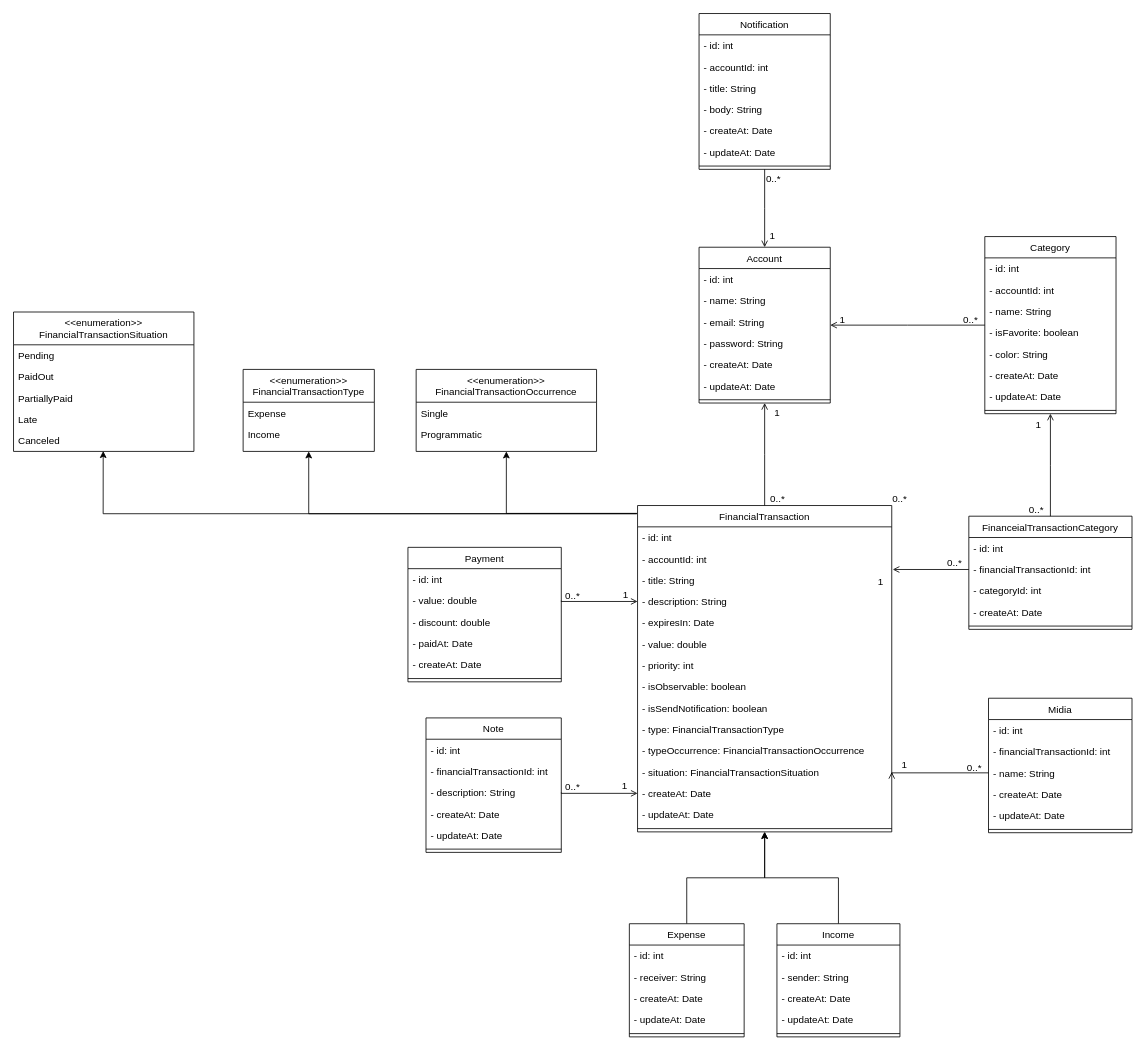
Above: docs/class.diagram.drawio in Danrley-Ruan-Saquetti/esliph-finance (draw.io), before the change. Source tidied: cells renumbered, new cells numbered last; positions are measured from the earlier drawing's top-left corner, leaving out a move shared by most shapes. Both pictures are drawn from the tidied source at 82%, with x=0, y=0 at pixel (13, 13).
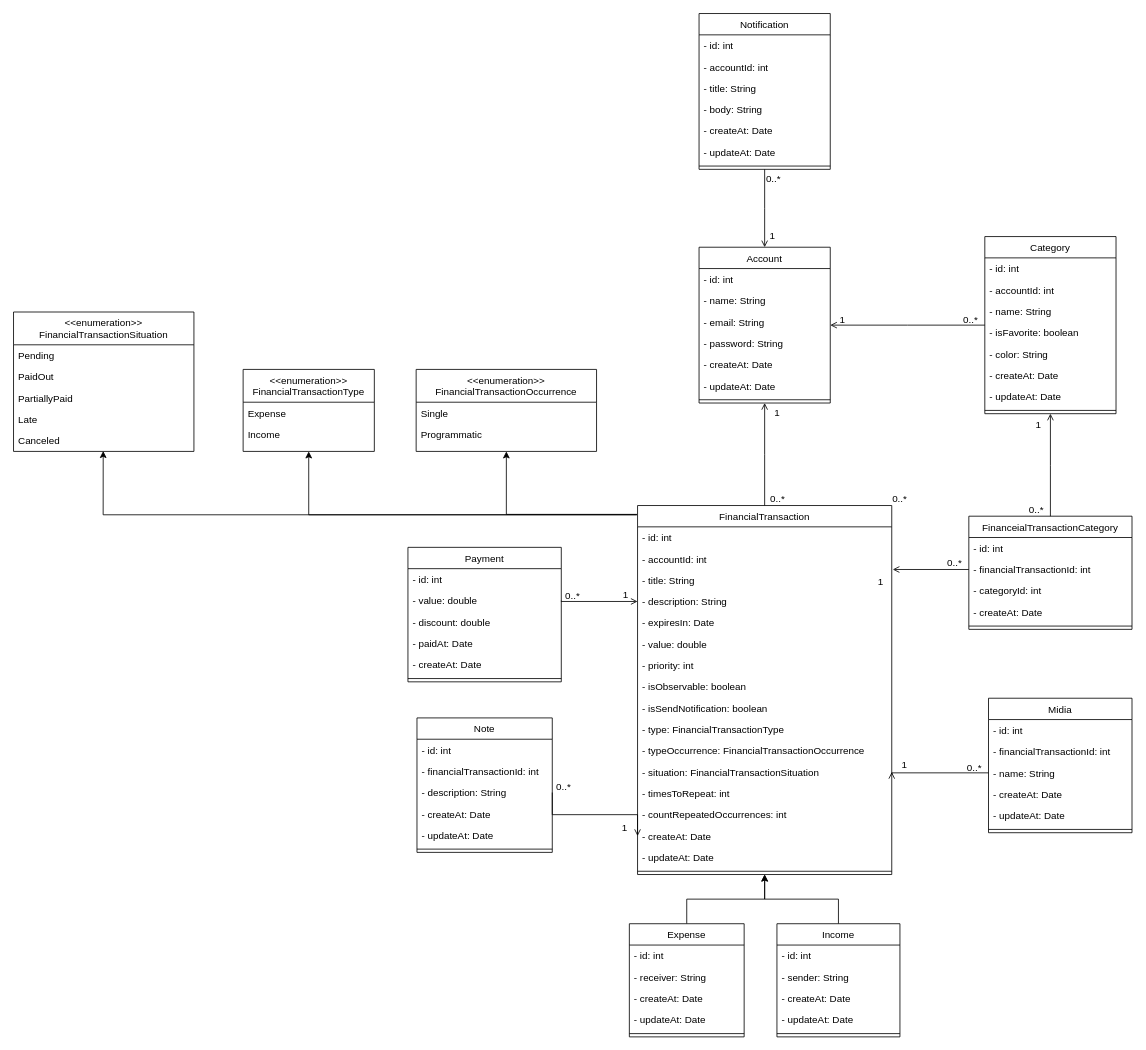
After the change.

Change to the diagram source:
```diff
@@
     <mxCell id="25" value="FinancialTransaction" style="swimlane;fontStyle=0;align=center;verticalAlign=top;horizontal=1;startSize=26;rounded=0;shadow=0;strokeWidth=1;" parent="1" vertex="1">
-      <mxGeometry x="761" y="600" width="310" height="398" as="geometry" />
+      <mxGeometry x="761" y="600" width="310" height="450" as="geometry" />
     </mxCell>
@@
+    <mxCell id="124" value="- timesToRepeat: int" style="text;align=left;verticalAlign=top;spacingLeft=4;spacingRight=4;overflow=hidden;rounded=0;shadow=0;html=0;" parent="25" vertex="1">
+      <mxGeometry y="338" width="310" height="26" as="geometry" />
+    </mxCell>
+    <mxCell id="125" value="- countRepeatedOccurrences: int" style="text;align=left;verticalAlign=top;spacingLeft=4;spacingRight=4;overflow=hidden;rounded=0;shadow=0;html=0;" parent="25" vertex="1">
+      <mxGeometry y="364" width="310" height="26" as="geometry" />
+    </mxCell>
     <mxCell id="38" value="- createAt: Date" style="text;align=left;verticalAlign=top;spacingLeft=4;spacingRight=4;overflow=hidden;points=[[0,0.5],[1,0.5]];portConstraint=eastwest;rounded=0;shadow=0;html=0;" parent="25" vertex="1">
-      <mxGeometry y="338" width="310" height="26" as="geometry" />
+      <mxGeometry y="390" width="310" height="26" as="geometry" />
     </mxCell>
     <mxCell id="39" value="- updateAt: Date" style="text;align=left;verticalAlign=top;spacingLeft=4;spacingRight=4;overflow=hidden;rounded=0;shadow=0;html=0;" parent="25" vertex="1">
-      <mxGeometry y="364" width="310" height="26" as="geometry" />
+      <mxGeometry y="416" width="310" height="26" as="geometry" />
     </mxCell>
     <mxCell id="40" style="line;html=1;strokeWidth=1;align=left;verticalAlign=middle;spacingTop=-1;spacingLeft=3;spacingRight=3;labelPosition=right;" parent="25" vertex="1">
-      <mxGeometry y="390" width="310" height="8" as="geometry" />
+      <mxGeometry y="442" width="310" height="8" as="geometry" />
     </mxCell>
@@
     <mxCell id="102" value="Note" style="swimlane;fontStyle=0;align=center;verticalAlign=top;horizontal=1;startSize=26;rounded=0;shadow=0;strokeWidth=1;" parent="1" vertex="1">
-      <mxGeometry x="503" y="859" width="165" height="164" as="geometry" />
+      <mxGeometry x="492" y="859" width="165" height="164" as="geometry" />
     </mxCell>
```
